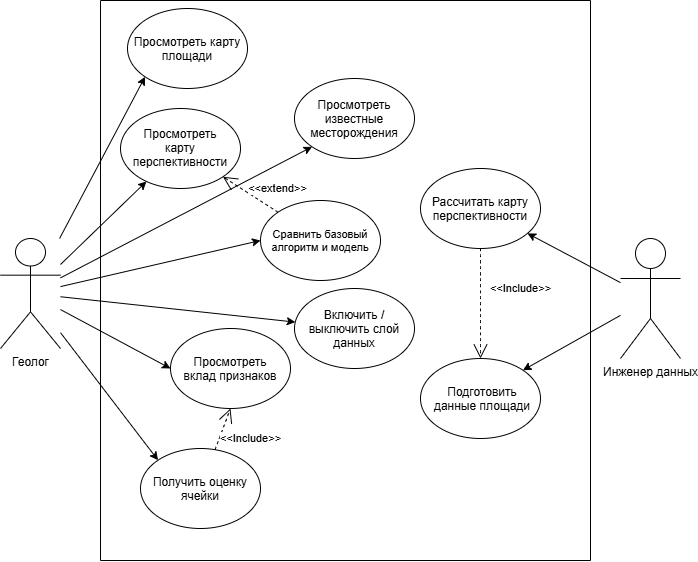
Above: docs/usecase.png in Ram3n-dev/AAAAAAHHHHHH-GEOLOGY (draw.io), before the change. Source tidied: cells renumbered, new cells last; positions are measured from the earlier drawing's top-left corner, leaving out a move shared by most shapes. The source it was exported from:
```xml
<mxGraphModel>
  <root>
    <mxCell id="0" />
    <mxCell id="1" parent="0" />
    <mxCell id="2" style="shape=connector;rounded=0;jettySize=auto;html=1;entryX=0;entryY=1;entryDx=0;entryDy=0;strokeColor=default;align=center;verticalAlign=middle;fontFamily=Helvetica;fontSize=11;fontColor=default;labelBackgroundColor=default;endArrow=classic;" parent="1" edge="1" source="9" target="15">
      <mxGeometry relative="1" as="geometry" />
    </mxCell>
    <mxCell id="3" style="shape=connector;rounded=0;jettySize=auto;html=1;strokeColor=default;align=center;verticalAlign=middle;fontFamily=Helvetica;fontSize=11;fontColor=default;labelBackgroundColor=default;endArrow=classic;" parent="1" edge="1" source="9" target="17">
      <mxGeometry relative="1" as="geometry" />
    </mxCell>
    <mxCell id="4" style="shape=connector;rounded=0;jettySize=auto;html=1;strokeColor=default;align=center;verticalAlign=middle;fontFamily=Helvetica;fontSize=11;fontColor=default;labelBackgroundColor=default;endArrow=classic;" parent="1" edge="1" source="9" target="16">
      <mxGeometry relative="1" as="geometry" />
    </mxCell>
    <mxCell id="5" style="shape=connector;rounded=0;jettySize=auto;html=1;entryX=0;entryY=1;entryDx=0;entryDy=0;strokeColor=default;align=center;verticalAlign=middle;fontFamily=Helvetica;fontSize=11;fontColor=default;labelBackgroundColor=default;endArrow=classic;" parent="1" edge="1" source="9" target="21">
      <mxGeometry relative="1" as="geometry" />
    </mxCell>
    <mxCell id="6" style="shape=connector;rounded=0;jettySize=auto;html=1;entryX=0;entryY=0.5;entryDx=0;entryDy=0;strokeColor=default;align=center;verticalAlign=middle;fontFamily=Helvetica;fontSize=11;fontColor=default;labelBackgroundColor=default;endArrow=classic;" parent="1" edge="1" source="9" target="19">
      <mxGeometry relative="1" as="geometry" />
    </mxCell>
    <mxCell id="7" style="shape=connector;rounded=0;jettySize=auto;html=1;entryX=0;entryY=0.5;entryDx=0;entryDy=0;strokeColor=default;align=center;verticalAlign=middle;fontFamily=Helvetica;fontSize=11;fontColor=default;labelBackgroundColor=default;endArrow=classic;" parent="1" edge="1" source="9" target="22">
      <mxGeometry relative="1" as="geometry" />
    </mxCell>
    <mxCell id="8" style="shape=connector;rounded=0;jettySize=auto;html=1;entryX=0;entryY=0;entryDx=0;entryDy=0;strokeColor=default;align=center;verticalAlign=middle;fontFamily=Helvetica;fontSize=11;fontColor=default;labelBackgroundColor=default;endArrow=classic;" parent="1" edge="1" source="9" target="18">
      <mxGeometry relative="1" as="geometry" />
    </mxCell>
    <mxCell id="9" value="Геолог" style="shape=umlActor;verticalLabelPosition=bottom;verticalAlign=top;html=1;outlineConnect=0;" parent="1" vertex="1">
      <mxGeometry y="238" width="60" height="110" as="geometry" />
    </mxCell>
    <mxCell id="10" style="shape=connector;rounded=0;jettySize=auto;html=1;strokeColor=default;align=center;verticalAlign=middle;fontFamily=Helvetica;fontSize=11;fontColor=default;labelBackgroundColor=default;endArrow=classic;" parent="1" edge="1" source="12" target="25">
      <mxGeometry relative="1" as="geometry" />
    </mxCell>
    <mxCell id="11" style="shape=connector;rounded=0;jettySize=auto;html=1;entryX=1;entryY=0;entryDx=0;entryDy=0;strokeColor=default;align=center;verticalAlign=middle;fontFamily=Helvetica;fontSize=11;fontColor=default;labelBackgroundColor=default;endArrow=classic;" parent="1" edge="1" source="12" target="24">
      <mxGeometry relative="1" as="geometry" />
    </mxCell>
    <mxCell id="12" value="Инженер данных" style="shape=umlActor;verticalLabelPosition=bottom;verticalAlign=top;html=1;outlineConnect=0;" parent="1" vertex="1">
      <mxGeometry x="620" y="238" width="60" height="120" as="geometry" />
    </mxCell>
    <mxCell id="13" style="edgeStyle=orthogonalEdgeStyle;rounded=0;orthogonalLoop=1;jettySize=auto;html=1;" parent="1" edge="1">
      <mxGeometry relative="1" as="geometry">
        <mxPoint x="270" y="268" as="sourcePoint" />
      </mxGeometry>
    </mxCell>
    <mxCell id="14" style="swimlane;startSize=0;" parent="1" vertex="1">
      <mxGeometry x="100" width="490" height="560" as="geometry" />
    </mxCell>
    <mxCell id="15" value="Просмотреть карту площади" style="ellipse;whiteSpace=wrap;html=1;shapeInside=1;" parent="14" vertex="1">
      <mxGeometry x="27" y="8" width="120" height="80" as="geometry" />
    </mxCell>
    <mxCell id="16" value="Включить / выключить слой данных" style="ellipse;whiteSpace=wrap;html=1;shapeInside=1;" parent="14" vertex="1">
      <mxGeometry x="194" y="288" width="120" height="80" as="geometry" />
    </mxCell>
    <mxCell id="17" value="Просмотреть карту перспективности" style="ellipse;whiteSpace=wrap;html=1;shapeInside=1;" parent="14" vertex="1">
      <mxGeometry x="20" y="108" width="120" height="80" as="geometry" />
    </mxCell>
    <mxCell id="18" value="Получить оценку ячейки" style="ellipse;whiteSpace=wrap;html=1;shapeInside=1;" parent="14" vertex="1">
      <mxGeometry x="40" y="448" width="120" height="80" as="geometry" />
    </mxCell>
    <mxCell id="19" value="Просмотреть вклад признаков" style="ellipse;whiteSpace=wrap;html=1;shapeInside=1;" parent="14" vertex="1">
      <mxGeometry x="70" y="328" width="120" height="80" as="geometry" />
    </mxCell>
    <mxCell id="20" value="&amp;lt;&amp;lt;Include&amp;gt;&amp;gt;" style="endArrow=open;endSize=12;dashed=1;html=1;rounded=0;strokeColor=default;align=center;verticalAlign=middle;fontFamily=Helvetica;fontSize=11;fontColor=default;labelBackgroundColor=default;entryX=0.5;entryY=1;entryDx=0;entryDy=0;curved=1;" parent="14" edge="1" source="18" target="19">
      <mxGeometry x="0.04" y="-29" relative="1" as="geometry" />
    </mxCell>
    <mxCell id="21" value="Просмотреть известные месторождения" style="ellipse;whiteSpace=wrap;html=1;shapeInside=1;" parent="14" vertex="1">
      <mxGeometry x="194" y="78" width="120" height="80" as="geometry" />
    </mxCell>
    <mxCell id="22" value="Сравнить базовый алгоритм и модель" style="ellipse;whiteSpace=wrap;html=1;shapeInside=1;fontFamily=Helvetica;fontSize=11;fontColor=default;labelBackgroundColor=default;" parent="14" vertex="1">
      <mxGeometry x="160" y="200" width="120" height="80" as="geometry" />
    </mxCell>
    <mxCell id="23" value="&amp;lt;&amp;lt;extend&lt;span style=&quot;background-color: light-dark(#ffffff, var(--ge-dark-color, #121212)); color: light-dark(rgb(0, 0, 0), rgb(255, 255, 255));&quot;&gt;&amp;gt;&amp;gt;&lt;/span&gt;" style="endArrow=open;endSize=12;dashed=1;html=1;rounded=1;strokeColor=default;align=center;verticalAlign=middle;fontFamily=Helvetica;fontSize=11;fontColor=default;labelBackgroundColor=default;entryX=1;entryY=1;entryDx=0;entryDy=0;exitX=0;exitY=0;exitDx=0;exitDy=0;" parent="14" edge="1" source="22" target="17">
      <mxGeometry x="-0.61" y="-20" relative="1" as="geometry" />
    </mxCell>
    <mxCell id="24" value="&lt;table&gt;&lt;tbody&gt;&lt;tr&gt;&lt;td&gt;&lt;/td&gt;&lt;td&gt;Подготовить данные площади&lt;/td&gt;&lt;/tr&gt;&lt;/tbody&gt;&lt;/table&gt;" style="ellipse;whiteSpace=wrap;html=1;shapeInside=1;" parent="14" vertex="1">
      <mxGeometry x="320" y="358" width="120" height="80" as="geometry" />
    </mxCell>
    <mxCell id="25" value="Рассчитать карту перспективности" style="ellipse;whiteSpace=wrap;html=1;shapeInside=1;" parent="14" vertex="1">
      <mxGeometry x="320" y="168" width="120" height="80" as="geometry" />
    </mxCell>
    <mxCell id="26" value="&amp;lt;&amp;lt;Include&amp;gt;&amp;gt;" style="endArrow=open;endSize=12;dashed=1;html=1;rounded=0;strokeColor=default;align=center;verticalAlign=middle;fontFamily=Helvetica;fontSize=11;fontColor=default;labelBackgroundColor=default;curved=1;exitX=0.5;exitY=1;exitDx=0;exitDy=0;entryX=0.5;entryY=0;entryDx=0;entryDy=0;" parent="14" edge="1" source="25" target="24">
      <mxGeometry x="-0.27" y="40" relative="1" as="geometry" />
    </mxCell>
  </root>
</mxGraphModel>
```
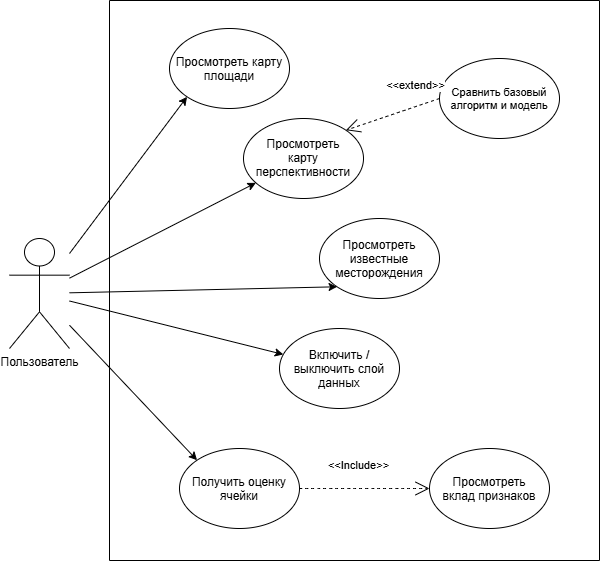
Later version of the same file.

The edit, as a diff of the source:
```diff
@@ -14,27 +14,12 @@
     <mxCell id="5" style="shape=connector;rounded=0;jettySize=auto;html=1;entryX=0;entryY=1;entryDx=0;entryDy=0;strokeColor=default;align=center;verticalAlign=middle;fontFamily=Helvetica;fontSize=11;fontColor=default;labelBackgroundColor=default;endArrow=classic;" parent="1" edge="1" source="9" target="21">
       <mxGeometry relative="1" as="geometry" />
     </mxCell>
-    <mxCell id="6" style="shape=connector;rounded=0;jettySize=auto;html=1;entryX=0;entryY=0.5;entryDx=0;entryDy=0;strokeColor=default;align=center;verticalAlign=middle;fontFamily=Helvetica;fontSize=11;fontColor=default;labelBackgroundColor=default;endArrow=classic;" parent="1" edge="1" source="9" target="19">
-      <mxGeometry relative="1" as="geometry" />
-    </mxCell>
-    <mxCell id="7" style="shape=connector;rounded=0;jettySize=auto;html=1;entryX=0;entryY=0.5;entryDx=0;entryDy=0;strokeColor=default;align=center;verticalAlign=middle;fontFamily=Helvetica;fontSize=11;fontColor=default;labelBackgroundColor=default;endArrow=classic;" parent="1" edge="1" source="9" target="22">
-      <mxGeometry relative="1" as="geometry" />
-    </mxCell>
     <mxCell id="8" style="shape=connector;rounded=0;jettySize=auto;html=1;entryX=0;entryY=0;entryDx=0;entryDy=0;strokeColor=default;align=center;verticalAlign=middle;fontFamily=Helvetica;fontSize=11;fontColor=default;labelBackgroundColor=default;endArrow=classic;" parent="1" edge="1" source="9" target="18">
       <mxGeometry relative="1" as="geometry" />
     </mxCell>
-    <mxCell id="9" value="Геолог" style="shape=umlActor;verticalLabelPosition=bottom;verticalAlign=top;html=1;outlineConnect=0;" parent="1" vertex="1">
+    <mxCell id="9" value="Пользователь" style="shape=umlActor;verticalLabelPosition=bottom;verticalAlign=top;html=1;outlineConnect=0;" parent="1" vertex="1">
       <mxGeometry y="238" width="60" height="110" as="geometry" />
     </mxCell>
-    <mxCell id="10" style="shape=connector;rounded=0;jettySize=auto;html=1;strokeColor=default;align=center;verticalAlign=middle;fontFamily=Helvetica;fontSize=11;fontColor=default;labelBackgroundColor=default;endArrow=classic;" parent="1" edge="1" source="12" target="25">
-      <mxGeometry relative="1" as="geometry" />
-    </mxCell>
-    <mxCell id="11" style="shape=connector;rounded=0;jettySize=auto;html=1;entryX=1;entryY=0;entryDx=0;entryDy=0;strokeColor=default;align=center;verticalAlign=middle;fontFamily=Helvetica;fontSize=11;fontColor=default;labelBackgroundColor=default;endArrow=classic;" parent="1" edge="1" source="12" target="24">
-      <mxGeometry relative="1" as="geometry" />
-    </mxCell>
-    <mxCell id="12" value="Инженер данных" style="shape=umlActor;verticalLabelPosition=bottom;verticalAlign=top;html=1;outlineConnect=0;" parent="1" vertex="1">
-      <mxGeometry x="620" y="238" width="60" height="120" as="geometry" />
-    </mxCell>
     <mxCell id="13" style="edgeStyle=orthogonalEdgeStyle;rounded=0;orthogonalLoop=1;jettySize=auto;html=1;" parent="1" edge="1">
       <mxGeometry relative="1" as="geometry">
         <mxPoint x="270" y="268" as="sourcePoint" />
@@ -44,40 +29,31 @@
       <mxGeometry x="100" width="490" height="560" as="geometry" />
     </mxCell>
     <mxCell id="15" value="Просмотреть карту площади" style="ellipse;whiteSpace=wrap;html=1;shapeInside=1;" parent="14" vertex="1">
-      <mxGeometry x="27" y="8" width="120" height="80" as="geometry" />
+      <mxGeometry x="60" y="28" width="120" height="80" as="geometry" />
     </mxCell>
     <mxCell id="16" value="Включить / выключить слой данных" style="ellipse;whiteSpace=wrap;html=1;shapeInside=1;" parent="14" vertex="1">
-      <mxGeometry x="194" y="288" width="120" height="80" as="geometry" />
+      <mxGeometry x="170" y="328" width="120" height="80" as="geometry" />
     </mxCell>
     <mxCell id="17" value="Просмотреть карту перспективности" style="ellipse;whiteSpace=wrap;html=1;shapeInside=1;" parent="14" vertex="1">
-      <mxGeometry x="20" y="108" width="120" height="80" as="geometry" />
+      <mxGeometry x="134" y="118" width="120" height="80" as="geometry" />
     </mxCell>
     <mxCell id="18" value="Получить оценку ячейки" style="ellipse;whiteSpace=wrap;html=1;shapeInside=1;" parent="14" vertex="1">
-      <mxGeometry x="40" y="448" width="120" height="80" as="geometry" />
+      <mxGeometry x="70" y="448" width="120" height="80" as="geometry" />
     </mxCell>
     <mxCell id="19" value="Просмотреть вклад признаков" style="ellipse;whiteSpace=wrap;html=1;shapeInside=1;" parent="14" vertex="1">
-      <mxGeometry x="70" y="328" width="120" height="80" as="geometry" />
+      <mxGeometry x="320" y="448" width="120" height="80" as="geometry" />
     </mxCell>
-    <mxCell id="20" value="&amp;lt;&amp;lt;Include&amp;gt;&amp;gt;" style="endArrow=open;endSize=12;dashed=1;html=1;rounded=0;strokeColor=default;align=center;verticalAlign=middle;fontFamily=Helvetica;fontSize=11;fontColor=default;labelBackgroundColor=default;entryX=0.5;entryY=1;entryDx=0;entryDy=0;curved=1;" parent="14" edge="1" source="18" target="19">
-      <mxGeometry x="0.04" y="-29" relative="1" as="geometry" />
+    <mxCell id="20" value="&amp;lt;&amp;lt;Include&amp;gt;&amp;gt;" style="endArrow=open;endSize=12;dashed=1;html=1;rounded=0;strokeColor=default;align=center;verticalAlign=middle;fontFamily=Helvetica;fontSize=11;fontColor=default;labelBackgroundColor=default;entryX=0;entryY=0.5;entryDx=0;entryDy=0;curved=1;" parent="14" edge="1" source="18" target="19">
+      <mxGeometry x="-0.09" y="23" relative="1" as="geometry" />
     </mxCell>
     <mxCell id="21" value="Просмотреть известные месторождения" style="ellipse;whiteSpace=wrap;html=1;shapeInside=1;" parent="14" vertex="1">
-      <mxGeometry x="194" y="78" width="120" height="80" as="geometry" />
+      <mxGeometry x="210" y="218" width="120" height="80" as="geometry" />
     </mxCell>
     <mxCell id="22" value="Сравнить базовый алгоритм и модель" style="ellipse;whiteSpace=wrap;html=1;shapeInside=1;fontFamily=Helvetica;fontSize=11;fontColor=default;labelBackgroundColor=default;" parent="14" vertex="1">
-      <mxGeometry x="160" y="200" width="120" height="80" as="geometry" />
+      <mxGeometry x="330" y="58" width="120" height="80" as="geometry" />
     </mxCell>
-    <mxCell id="23" value="&amp;lt;&amp;lt;extend&lt;span style=&quot;background-color: light-dark(#ffffff, var(--ge-dark-color, #121212)); color: light-dark(rgb(0, 0, 0), rgb(255, 255, 255));&quot;&gt;&amp;gt;&amp;gt;&lt;/span&gt;" style="endArrow=open;endSize=12;dashed=1;html=1;rounded=1;strokeColor=default;align=center;verticalAlign=middle;fontFamily=Helvetica;fontSize=11;fontColor=default;labelBackgroundColor=default;entryX=1;entryY=1;entryDx=0;entryDy=0;exitX=0;exitY=0;exitDx=0;exitDy=0;" parent="14" edge="1" source="22" target="17">
+    <mxCell id="23" value="&amp;lt;&amp;lt;extend&lt;span style=&quot;background-color: light-dark(#ffffff, var(--ge-dark-color, #121212)); color: light-dark(rgb(0, 0, 0), rgb(255, 255, 255));&quot;&gt;&amp;gt;&amp;gt;&lt;/span&gt;" style="endArrow=open;endSize=12;dashed=1;html=1;rounded=1;strokeColor=default;align=center;verticalAlign=middle;fontFamily=Helvetica;fontSize=11;fontColor=default;labelBackgroundColor=default;entryX=1;entryY=0;entryDx=0;entryDy=0;exitX=0;exitY=0.5;exitDx=0;exitDy=0;" parent="14" edge="1" source="22" target="17">
       <mxGeometry x="-0.61" y="-20" relative="1" as="geometry" />
     </mxCell>
-    <mxCell id="24" value="&lt;table&gt;&lt;tbody&gt;&lt;tr&gt;&lt;td&gt;&lt;/td&gt;&lt;td&gt;Подготовить данные площади&lt;/td&gt;&lt;/tr&gt;&lt;/tbody&gt;&lt;/table&gt;" style="ellipse;whiteSpace=wrap;html=1;shapeInside=1;" parent="14" vertex="1">
-      <mxGeometry x="320" y="358" width="120" height="80" as="geometry" />
-    </mxCell>
-    <mxCell id="25" value="Рассчитать карту перспективности" style="ellipse;whiteSpace=wrap;html=1;shapeInside=1;" parent="14" vertex="1">
-      <mxGeometry x="320" y="168" width="120" height="80" as="geometry" />
-    </mxCell>
-    <mxCell id="26" value="&amp;lt;&amp;lt;Include&amp;gt;&amp;gt;" style="endArrow=open;endSize=12;dashed=1;html=1;rounded=0;strokeColor=default;align=center;verticalAlign=middle;fontFamily=Helvetica;fontSize=11;fontColor=default;labelBackgroundColor=default;curved=1;exitX=0.5;exitY=1;exitDx=0;exitDy=0;entryX=0.5;entryY=0;entryDx=0;entryDy=0;" parent="14" edge="1" source="25" target="24">
-      <mxGeometry x="-0.27" y="40" relative="1" as="geometry" />
-    </mxCell>
   </root>
 </mxGraphModel>
```
